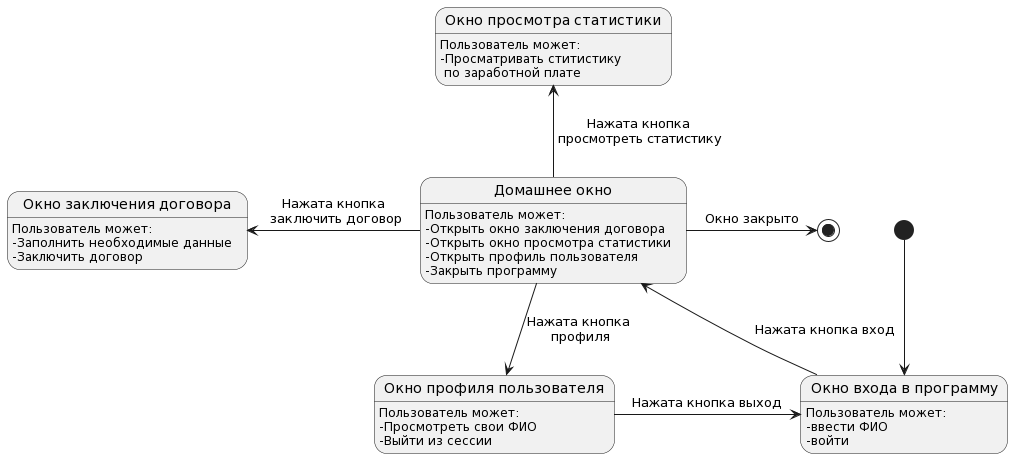
MiFit1/OSOGO keeps this PlantUML diagram as Resource/Диаграммы потоков экрана/Агент.png. Above is the earlier version.
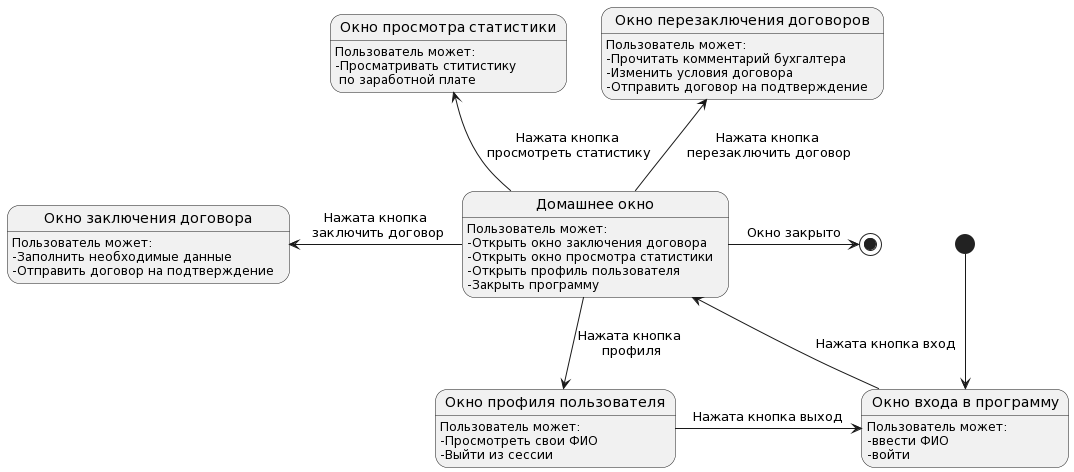
After the change.

What changed in the source:
```diff
@@ -4,6 +4,13 @@
 state "Окно заключения договора" as contractWindow
 state "Окно просмотра статиcтики" as statisticWindow
 state "Окно профиля пользователя" as profileWindow
+state "Окно перезаключения договоров" as renewContractWindow
+
+renewContractWindow : Пользователь может:
+renewContractWindow : -Прочитать комментарий бухгалтера
+renewContractWindow : -Изменить условия договора
+renewContractWindow : -Отправить договор на подтверждение
+
 
 loginWindow : Пользователь может:
 loginWindow : -ввести ФИО
@@ -17,7 +24,7 @@
 
 contractWindow : Пользователь может:
 contractWindow : -Заполнить необходимые данные
-contractWindow : -Заключить договор
+contractWindow : -Отправить договор на подтверждение
 
 statisticWindow : Пользователь может:
 statisticWindow : -Просматривать ститистику\n по заработной плате
@@ -29,6 +36,7 @@
 [*] --> loginWindow
 loginWindow -left-> homeWindow : Нажата кнопка вход
 homeWindow -left-> contractWindow : Нажата кнопка\n заключить договор
+homeWindow -up-> renewContractWindow : Нажата кнопка\n перезаключить договор
 homeWindow -up-> statisticWindow : Нажата кнопка\n просмотреть статистику
 homeWindow -down-> profileWindow : Нажата кнопка\n профиля
 homeWindow -right->[*] : Окно закрыто
```
